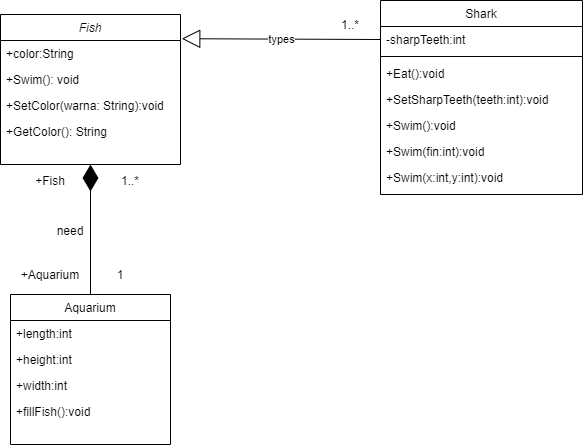
Before: Exercise1Diagram.png, a diagram exported from draw.io (fxrhxnS/Week2Diagram). Source tidied: cells renumbered, new cells last; positions are measured from the earlier drawing's top-left corner, leaving out a move shared by most shapes. Its diagram source:
```xml
<mxGraphModel>
  <root>
    <mxCell id="0" />
    <mxCell id="1" parent="0" />
    <mxCell id="2" value="Fish" style="swimlane;fontStyle=2;align=center;verticalAlign=top;horizontal=1;startSize=26;rounded=0;shadow=0;strokeWidth=1;" parent="1" vertex="1">
      <mxGeometry y="14" width="180" height="150" as="geometry" />
    </mxCell>
    <mxCell id="3" value="+color:String" style="text;align=left;verticalAlign=top;spacingLeft=4;spacingRight=4;overflow=hidden;points=[[0,0.5],[1,0.5]];portConstraint=eastwest;" parent="2" vertex="1">
      <mxGeometry y="26" width="180" height="26" as="geometry" />
    </mxCell>
    <mxCell id="4" value="+Swim(): void" style="text;align=left;verticalAlign=top;spacingLeft=4;spacingRight=4;overflow=hidden;rounded=0;shadow=0;html=0;" parent="2" vertex="1">
      <mxGeometry y="52" width="180" height="26" as="geometry" />
    </mxCell>
    <mxCell id="5" value="+SetColor(warna: String):void" style="text;align=left;verticalAlign=top;spacingLeft=4;spacingRight=4;overflow=hidden;rounded=0;shadow=0;html=0;" parent="2" vertex="1">
      <mxGeometry y="78" width="180" height="26" as="geometry" />
    </mxCell>
    <mxCell id="6" value="+GetColor(): String" style="text;align=left;verticalAlign=top;spacingLeft=4;spacingRight=4;overflow=hidden;rounded=0;shadow=0;html=0;" parent="2" vertex="1">
      <mxGeometry y="104" width="180" height="20" as="geometry" />
    </mxCell>
    <mxCell id="7" value="Aquarium" style="swimlane;fontStyle=0;align=center;verticalAlign=top;horizontal=1;startSize=26;rounded=0;shadow=0;strokeWidth=1;" parent="1" vertex="1">
      <mxGeometry x="10" y="294" width="160" height="150" as="geometry" />
    </mxCell>
    <mxCell id="8" value="+length:int" style="text;align=left;verticalAlign=top;spacingLeft=4;spacingRight=4;overflow=hidden;" parent="7" vertex="1">
      <mxGeometry y="26" width="160" height="26" as="geometry" />
    </mxCell>
    <mxCell id="9" value="+height:int" style="text;align=left;verticalAlign=top;spacingLeft=4;spacingRight=4;overflow=hidden;rounded=0;shadow=0;html=0;" parent="7" vertex="1">
      <mxGeometry y="52" width="160" height="26" as="geometry" />
    </mxCell>
    <mxCell id="10" value="+width:int" style="text;align=left;verticalAlign=top;spacingLeft=4;spacingRight=4;overflow=hidden;rounded=0;shadow=0;html=0;" parent="7" vertex="1">
      <mxGeometry y="78" width="160" height="26" as="geometry" />
    </mxCell>
    <mxCell id="11" value="+fillFish():void" style="text;align=left;verticalAlign=top;spacingLeft=4;spacingRight=4;overflow=hidden;rounded=0;shadow=0;html=0;" parent="7" vertex="1">
      <mxGeometry y="104" width="160" height="26" as="geometry" />
    </mxCell>
    <mxCell id="12" style="endArrow=diamondThin;endFill=1;endSize=24;html=1;exitX=0.5;exitY=0;exitDx=0;exitDy=0;entryX=0.5;entryY=1;entryDx=0;entryDy=0;" parent="1" edge="1" source="7" target="2">
      <mxGeometry relative="1" as="geometry" />
    </mxCell>
    <mxCell id="13" value="1..*" style="text;html=1;strokeColor=none;fillColor=none;align=center;verticalAlign=middle;whiteSpace=wrap;rounded=0;" parent="1" vertex="1">
      <mxGeometry x="330" y="14" width="40" height="20" as="geometry" />
    </mxCell>
    <mxCell id="14" value="types" style="endArrow=block;endSize=16;endFill=0;html=1;exitX=0;exitY=0.5;exitDx=0;exitDy=0;entryX=1.007;entryY=-0.069;entryDx=0;entryDy=0;entryPerimeter=0;" parent="1" edge="1" source="16" target="3">
      <mxGeometry relative="1" as="geometry" />
    </mxCell>
    <mxCell id="15" value="Shark" style="swimlane;fontStyle=0;align=center;verticalAlign=top;horizontal=1;startSize=26;rounded=0;shadow=0;strokeWidth=1;" parent="1" vertex="1">
      <mxGeometry x="380" width="202" height="194" as="geometry" />
    </mxCell>
    <mxCell id="16" value="-sharpTeeth:int" style="text;align=left;verticalAlign=top;spacingLeft=4;spacingRight=4;overflow=hidden;points=[[0,0.5],[1,0.5]];portConstraint=eastwest;" parent="15" vertex="1">
      <mxGeometry y="26" width="202" height="26" as="geometry" />
    </mxCell>
    <mxCell id="17" style="line;html=1;strokeWidth=1;align=left;verticalAlign=middle;spacingTop=-1;spacingLeft=3;spacingRight=3;labelPosition=right;" parent="15" vertex="1">
      <mxGeometry y="52" width="202" height="8" as="geometry" />
    </mxCell>
    <mxCell id="18" value="+Eat():void" style="text;align=left;verticalAlign=top;spacingLeft=4;spacingRight=4;overflow=hidden;" parent="15" vertex="1">
      <mxGeometry y="60" width="202" height="26" as="geometry" />
    </mxCell>
    <mxCell id="19" value="+SetSharpTeeth(teeth:int):void" style="text;align=left;verticalAlign=top;spacingLeft=4;spacingRight=4;overflow=hidden;" parent="15" vertex="1">
      <mxGeometry y="86" width="202" height="26" as="geometry" />
    </mxCell>
    <mxCell id="20" value="+Swim():void" style="text;align=left;verticalAlign=top;spacingLeft=4;spacingRight=4;overflow=hidden;" parent="15" vertex="1">
      <mxGeometry y="112" width="202" height="26" as="geometry" />
    </mxCell>
    <mxCell id="21" value="+Swim(fin:int):void" style="text;align=left;verticalAlign=top;spacingLeft=4;spacingRight=4;overflow=hidden;" parent="15" vertex="1">
      <mxGeometry y="138" width="202" height="26" as="geometry" />
    </mxCell>
    <mxCell id="22" value="+Swim(x:int,y:int):void" style="text;align=left;verticalAlign=top;spacingLeft=4;spacingRight=4;overflow=hidden;" parent="15" vertex="1">
      <mxGeometry y="164" width="202" height="26" as="geometry" />
    </mxCell>
    <mxCell id="23" value="need" style="text;html=1;strokeColor=none;fillColor=none;align=center;verticalAlign=middle;whiteSpace=wrap;rounded=0;" parent="1" vertex="1">
      <mxGeometry x="50" y="220" width="40" height="20" as="geometry" />
    </mxCell>
    <mxCell id="24" value="+Aquarium" style="text;html=1;strokeColor=none;fillColor=none;align=center;verticalAlign=middle;whiteSpace=wrap;rounded=0;" parent="1" vertex="1">
      <mxGeometry x="30" y="264" width="40" height="20" as="geometry" />
    </mxCell>
    <mxCell id="25" value="+Fish" style="text;html=1;strokeColor=none;fillColor=none;align=center;verticalAlign=middle;whiteSpace=wrap;rounded=0;" parent="1" vertex="1">
      <mxGeometry x="30" y="170" width="40" height="20" as="geometry" />
    </mxCell>
    <mxCell id="26" value="1" style="text;html=1;strokeColor=none;fillColor=none;align=center;verticalAlign=middle;whiteSpace=wrap;rounded=0;" parent="1" vertex="1">
      <mxGeometry x="100" y="264" width="40" height="20" as="geometry" />
    </mxCell>
    <mxCell id="27" value="1..*" style="text;html=1;strokeColor=none;fillColor=none;align=center;verticalAlign=middle;whiteSpace=wrap;rounded=0;" parent="1" vertex="1">
      <mxGeometry x="110" y="170" width="40" height="20" as="geometry" />
    </mxCell>
  </root>
</mxGraphModel>
```
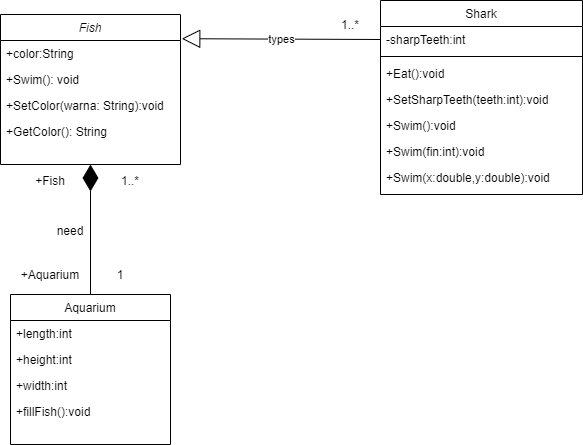
The same diagram one commit later.

Diff of the diagram source:
```diff
@@ -62,7 +62,7 @@
     <mxCell id="21" value="+Swim(fin:int):void" style="text;align=left;verticalAlign=top;spacingLeft=4;spacingRight=4;overflow=hidden;" parent="15" vertex="1">
       <mxGeometry y="138" width="202" height="26" as="geometry" />
     </mxCell>
-    <mxCell id="22" value="+Swim(x:int,y:int):void" style="text;align=left;verticalAlign=top;spacingLeft=4;spacingRight=4;overflow=hidden;" parent="15" vertex="1">
+    <mxCell id="22" value="+Swim(x:double,y:double):void" style="text;align=left;verticalAlign=top;spacingLeft=4;spacingRight=4;overflow=hidden;" parent="15" vertex="1">
       <mxGeometry y="164" width="202" height="26" as="geometry" />
     </mxCell>
     <mxCell id="23" value="need" style="text;html=1;strokeColor=none;fillColor=none;align=center;verticalAlign=middle;whiteSpace=wrap;rounded=0;" parent="1" vertex="1">
```
